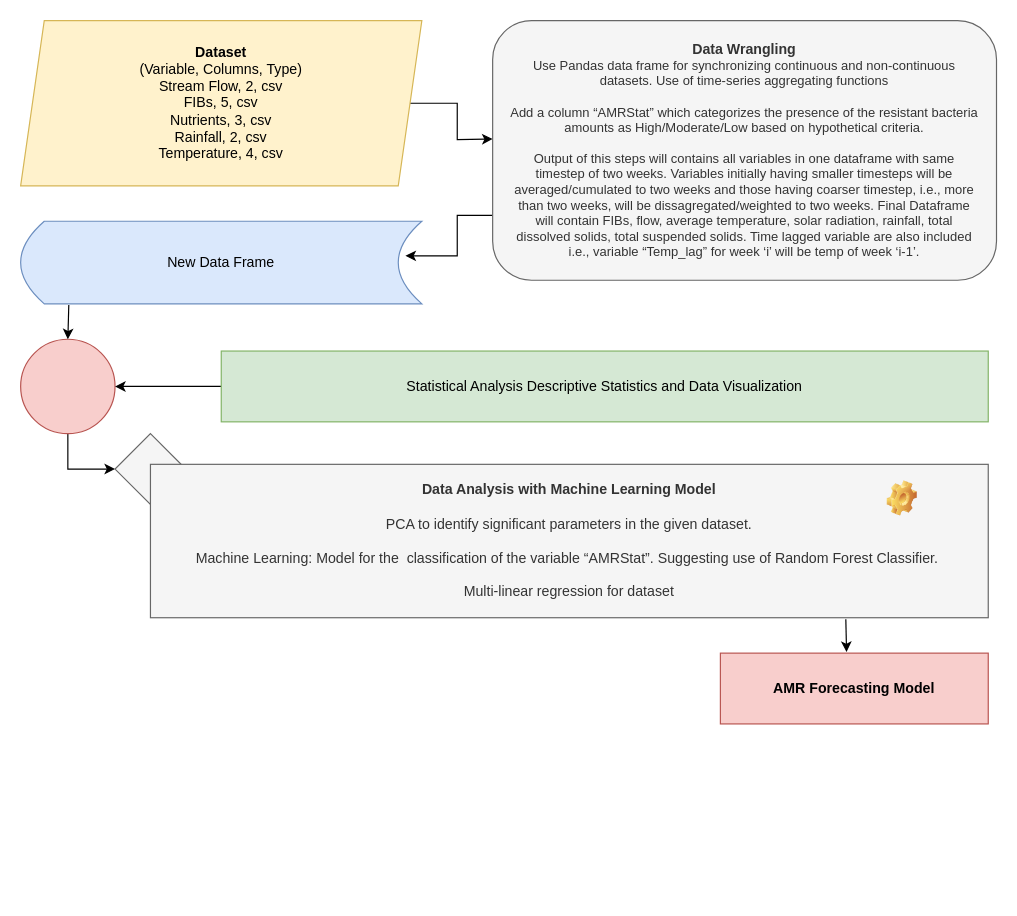
Before: Untitled Diagram.drawio in shbpk/ABE516_TP, a draw.io diagram. Source tidied: cells renumbered, new cells numbered last; positions are measured from the earlier drawing's top-left corner, leaving out a move shared by most shapes. Both pictures are drawn from the tidied source at 118%, with x=0, y=0 at pixel (20, 20).
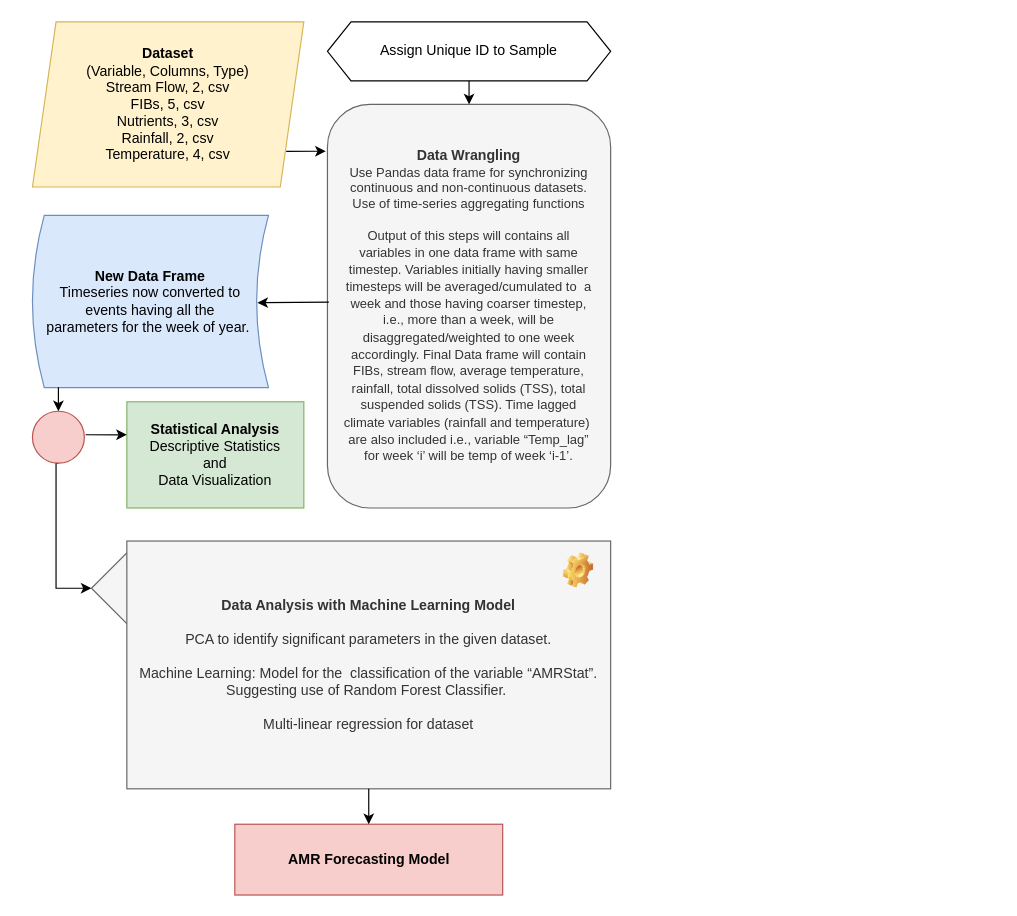
After the change.

What changed in the source:
```diff
@@
-    <mxCell id="2" style="edgeStyle=orthogonalEdgeStyle;rounded=0;jettySize=auto;html=1;exitX=1;exitY=0.5;exitDx=0;exitDy=0;" parent="1" edge="1" source="3">
-      <mxGeometry relative="1" as="geometry">
-        <mxPoint x="400" y="100.3" as="targetPoint" />
-      </mxGeometry>
-    </mxCell>
     <mxCell id="3" value="&lt;div&gt;&lt;b&gt;Dataset&lt;/b&gt;&lt;/div&gt;&lt;div&gt;(Variable, Columns, Type)&lt;/div&gt;&lt;div&gt;Stream Flow, 2, csv&lt;/div&gt;&lt;div&gt;FIBs, 5, csv&lt;/div&gt;&lt;div&gt;Nutrients, 3, csv&lt;/div&gt;&lt;div&gt;Rainfall, 2, csv&lt;/div&gt;&lt;div&gt;Temperature, 4, csv&lt;/div&gt;" style="shape=parallelogram;perimeter=parallelogramPerimeter;whiteSpace=wrap;html=1;fixedSize=1;fillColor=#fff2cc;strokeColor=#d6b656;" parent="1" vertex="1">
-      <mxGeometry width="340" height="140" as="geometry" />
+      <mxGeometry x="10" y="1" width="230" height="140" as="geometry" />
     </mxCell>
-    <mxCell id="4" style="edgeStyle=orthogonalEdgeStyle;rounded=0;jettySize=auto;html=1;exitX=0;exitY=0.75;exitDx=0;exitDy=0;entryX=0.959;entryY=0.419;entryDx=0;entryDy=0;entryPerimeter=0;" parent="1" edge="1" source="5" target="6">
-      <mxGeometry relative="1" as="geometry" />
-    </mxCell>
-    <mxCell id="5" value="&lt;div&gt;&lt;b&gt;Data Wrangling&lt;/b&gt;&lt;/div&gt;&lt;div style=&quot;font-size: 11px;&quot;&gt;&lt;font style=&quot;font-size: 11px;&quot;&gt;Use Pandas data frame for synchronizing continuous and non-continuous datasets. Use of time-series aggregating functions&lt;/font&gt;&lt;/div&gt;&lt;div style=&quot;font-size: 11px;&quot;&gt;&lt;font style=&quot;font-size: 11px;&quot;&gt;&lt;br&gt;&lt;/font&gt;&lt;/div&gt;&lt;div style=&quot;font-size: 11px;&quot;&gt;&lt;font style=&quot;font-size: 11px;&quot;&gt;Add a column “AMRStat” which categorizes the presence of the resistant bacteria amounts as High/Moderate/Low based on hypothetical criteria.&lt;/font&gt;&lt;/div&gt;&lt;div style=&quot;font-size: 11px;&quot;&gt;&lt;font style=&quot;font-size: 11px;&quot;&gt;&lt;br&gt;&lt;/font&gt;&lt;/div&gt;&lt;div style=&quot;font-size: 11px;&quot;&gt;&lt;font style=&quot;font-size: 11px;&quot;&gt;Output of this steps will contains all variables in one dataframe with same timestep of two weeks. Variables initially having smaller timesteps will be averaged/cumulated to two weeks and those having coarser timestep, i.e., more than two weeks, will be dissagregated/weighted to two weeks. Final Dataframe will contain FIBs, flow, average temperature, solar radiation, rainfall, total dissolved solids, total suspended solids. Time lagged variable are also included i.e., variable “Temp_lag” for week ‘i’ will be temp of week ‘i-1’.&lt;/font&gt;&lt;/div&gt;" style="rounded=1;whiteSpace=wrap;html=1;fillColor=#f5f5f5;strokeColor=#666666;fontColor=#333333;spacingLeft=13;spacingRight=13;" parent="1" vertex="1">
-      <mxGeometry x="400" width="427" height="220" as="geometry" />
+    <mxCell id="5" value="&lt;div&gt;&lt;b&gt;Data Wrangling&lt;/b&gt;&lt;/div&gt;&lt;div style=&quot;font-size: 11px;&quot;&gt;&lt;font style=&quot;font-size: 11px;&quot;&gt;Use Pandas data frame for synchronizing continuous and non-continuous datasets. Use of time-series aggregating functions&lt;/font&gt;&lt;/div&gt;&lt;div style=&quot;font-size: 11px;&quot;&gt;&lt;font style=&quot;font-size: 11px;&quot;&gt;&lt;br&gt;&lt;/font&gt;&lt;/div&gt;&lt;div style=&quot;&quot;&gt;&lt;span style=&quot;background-color: initial;&quot;&gt;&lt;span style=&quot;font-size: 11px;&quot;&gt;Output of this steps will contains all variables in one data frame with same timestep. Variables initially having smaller timesteps will be averaged/cumulated to&amp;nbsp; a week and those having coarser timestep, i.e., more than a week, will be disaggregated/weighted to one week accordingly. Final Data frame will contain FIBs, stream flow, average temperature, rainfall, total dissolved solids (TSS), total suspended solids (TSS). Time lagged climate variables (rainfall and temperature)&amp;nbsp; are also included i.e., variable “Temp_lag” for week ‘i’ will be temp of week ‘i-1’.&lt;/span&gt;&lt;/span&gt;&lt;br&gt;&lt;/div&gt;" style="rounded=1;whiteSpace=wrap;html=1;fillColor=#f5f5f5;strokeColor=#666666;fontColor=#333333;spacingLeft=13;spacingRight=13;" parent="1" vertex="1">
+      <mxGeometry x="260" y="71" width="240" height="342" as="geometry" />
     </mxCell>
-    <mxCell id="6" value="New Data Frame" style="shape=dataStorage;whiteSpace=wrap;html=1;fixedSize=1;fillColor=#dae8fc;strokeColor=#6c8ebf;" parent="1" vertex="1">
-      <mxGeometry y="170" width="340" height="70" as="geometry" />
+    <mxCell id="6" value="&lt;b&gt;New Data Frame&lt;br&gt;&lt;/b&gt;Timeseries now converted to&lt;br&gt;events having all the&lt;br&gt;parameters&amp;nbsp;for the week of year.&amp;nbsp;" style="shape=dataStorage;whiteSpace=wrap;html=1;fixedSize=1;fillColor=#dae8fc;strokeColor=#6c8ebf;size=10;" parent="1" vertex="1">
+      <mxGeometry x="10" y="165" width="200" height="146" as="geometry" />
     </mxCell>
     <mxCell id="7" style="edgeStyle=orthogonalEdgeStyle;rounded=0;jettySize=auto;html=1;exitX=0.5;exitY=1;exitDx=0;exitDy=0;entryX=0;entryY=0.5;entryDx=0;entryDy=0;" parent="1" edge="1" source="8" target="11">
       <mxGeometry relative="1" as="geometry">
         <Array as="points">
-          <mxPoint x="40" y="380" />
+          <mxPoint x="30" y="375" />
+          <mxPoint x="30" y="481" />
         </Array>
       </mxGeometry>
     </mxCell>
     <mxCell id="8" style="ellipse;whiteSpace=wrap;html=1;fillColor=#f8cecc;strokeColor=#b85450;" parent="1" vertex="1">
-      <mxGeometry y="270" width="80" height="80" as="geometry" />
+      <mxGeometry x="10" y="331" width="44" height="44" as="geometry" />
     </mxCell>
-    <mxCell id="9" style="edgeStyle=orthogonalEdgeStyle;rounded=0;jettySize=auto;html=1;" parent="1" edge="1" source="10" target="8">
-      <mxGeometry relative="1" as="geometry" />
-    </mxCell>
-    <mxCell id="10" value="&lt;div&gt;Statistical Analysis Descriptive Statistics and Data Visualization&lt;/div&gt;" style="rounded=0;whiteSpace=wrap;html=1;fillColor=#d5e8d4;strokeColor=#82b366;" parent="1" vertex="1">
-      <mxGeometry x="170" y="280" width="650" height="60" as="geometry" />
+    <mxCell id="10" value="&lt;div&gt;&lt;b&gt;Statistical Analysis&lt;/b&gt; Descriptive Statistics&lt;/div&gt;&lt;div&gt;and&lt;/div&gt;&lt;div&gt;Data Visualization&lt;/div&gt;" style="rounded=0;whiteSpace=wrap;html=1;fillColor=#d5e8d4;strokeColor=#82b366;" parent="1" vertex="1">
+      <mxGeometry x="90" y="323" width="150" height="90" as="geometry" />
     </mxCell>
     <mxCell id="11" style="rhombus;whiteSpace=wrap;html=1;fillColor=#f5f5f5;fontColor=#333333;strokeColor=#666666;" parent="1" vertex="1">
-      <mxGeometry x="80" y="350" width="60" height="60" as="geometry" />
+      <mxGeometry x="60" y="451" width="60" height="60" as="geometry" />
     </mxCell>
     <mxCell id="12" value="&lt;div style=&quot;border-color: var(--border-color);&quot;&gt;&lt;b style=&quot;border-color: var(--border-color);&quot;&gt;Data Analysis with Machine Learning Model&lt;/b&gt;&lt;/div&gt;&lt;div style=&quot;border-color: var(--border-color);&quot;&gt;&lt;br style=&quot;border-color: var(--border-color);&quot;&gt;&lt;/div&gt;&lt;div style=&quot;border-color: var(--border-color);&quot;&gt;PCA to identify significant parameters in the given dataset.&lt;/div&gt;&lt;div style=&quot;border-color: var(--border-color);&quot;&gt;&lt;br style=&quot;border-color: var(--border-color);&quot;&gt;&lt;/div&gt;&lt;div style=&quot;border-color: var(--border-color);&quot;&gt;Machine Learning: Model for the&amp;nbsp; classification of the variable “AMRStat”. Suggesting use of Random Forest Classifier.&amp;nbsp;&lt;/div&gt;&lt;div style=&quot;border-color: var(--border-color);&quot;&gt;&lt;br style=&quot;border-color: var(--border-color);&quot;&gt;&lt;/div&gt;&lt;div style=&quot;border-color: var(--border-color);&quot;&gt;Multi-linear regression for dataset&lt;/div&gt;" style="rounded=0;whiteSpace=wrap;html=1;fillColor=#f5f5f5;fontColor=#333333;strokeColor=#666666;" parent="1" vertex="1">
-      <mxGeometry x="110" y="376" width="710" height="130" as="geometry" />
+      <mxGeometry x="90" y="441" width="410" height="210" as="geometry" />
     </mxCell>
     <mxCell id="13" value="&lt;p style=&quot;margin-top: 0pt; margin-bottom: 0pt; margin-left: 0in; direction: ltr; unicode-bidi: embed; word-break: normal;&quot;&gt;&lt;b&gt;AMR Forecasting Model&lt;/b&gt;&lt;/p&gt;" style="rounded=0;whiteSpace=wrap;html=1;fillColor=#f8cecc;strokeColor=#b85450;" parent="1" vertex="1">
-      <mxGeometry x="593" y="536" width="227" height="60" as="geometry" />
+      <mxGeometry x="181.5" y="681" width="227" height="60" as="geometry" />
     </mxCell>
-    <mxCell id="14" style="endArrow=classic;html=1;rounded=0;entryX=0.471;entryY=-0.015;entryDx=0;entryDy=0;exitX=0.83;exitY=1.01;exitDx=0;exitDy=0;exitPerimeter=0;entryPerimeter=0;" parent="1" edge="1" source="12" target="13">
+    <mxCell id="14" style="endArrow=classic;html=1;rounded=0;entryX=0.5;entryY=0;entryDx=0;entryDy=0;exitX=0.5;exitY=1;exitDx=0;exitDy=0;" parent="1" edge="1" source="12" target="13">
       <mxGeometry relative="1" as="geometry" />
     </mxCell>
-    <mxCell id="15" style="endArrow=classic;html=1;rounded=0;entryX=0.5;entryY=0;entryDx=0;entryDy=0;exitX=0.12;exitY=1.013;exitDx=0;exitDy=0;exitPerimeter=0;" parent="1" edge="1" source="6" target="8">
+    <mxCell id="15" style="endArrow=classic;html=1;rounded=0;entryX=0.5;entryY=0;entryDx=0;entryDy=0;exitX=0.11;exitY=0.998;exitDx=0;exitDy=0;exitPerimeter=0;" parent="1" edge="1" source="6" target="8">
       <mxGeometry relative="1" as="geometry" />
     </mxCell>
     <mxCell id="16" style="shape=image;html=1;verticalLabelPosition=bottom;verticalAlign=top;imageAspect=1;image=img/clipart/Gear_128x128.png;" parent="1" vertex="1">
-      <mxGeometry x="734.4" y="390" width="25.6" height="30" as="geometry" />
+      <mxGeometry x="460" y="451" width="25.6" height="30" as="geometry" />
     </mxCell>
+    <mxCell id="17" value="Assign Unique ID to Sample" style="shape=hexagon;perimeter=hexagonPerimeter2;whiteSpace=wrap;html=1;fixedSize=1;" parent="1" vertex="1">
+      <mxGeometry x="260" y="1" width="240" height="50" as="geometry" />
+    </mxCell>
+    <mxCell id="18" style="endArrow=classic;html=1;rounded=0;entryX=0.5;entryY=0;entryDx=0;entryDy=0;" parent="1" edge="1" target="5">
+      <mxGeometry relative="1" as="geometry">
+        <mxPoint x="380" y="51" as="sourcePoint" />
+      </mxGeometry>
+    </mxCell>
+    <mxCell id="4" style="endArrow=classic;html=1;rounded=0;entryX=0.953;entryY=0.507;entryDx=0;entryDy=0;entryPerimeter=0;exitX=0.005;exitY=0.49;exitDx=0;exitDy=0;exitPerimeter=0;" parent="1" edge="1" source="5" target="6">
+      <mxGeometry relative="1" as="geometry" />
+    </mxCell>
+    <mxCell id="19" style="endArrow=classic;html=1;rounded=0;entryX=-0.006;entryY=0.116;entryDx=0;entryDy=0;entryPerimeter=0;exitX=0.935;exitY=0.784;exitDx=0;exitDy=0;exitPerimeter=0;" parent="1" edge="1" source="3" target="5">
+      <mxGeometry relative="1" as="geometry" />
+    </mxCell>
+    <mxCell id="20" style="endArrow=classic;html=1;rounded=0;exitX=1.024;exitY=0.453;exitDx=0;exitDy=0;exitPerimeter=0;" parent="1" edge="1" source="8">
+      <mxGeometry relative="1" as="geometry">
+        <mxPoint x="90" y="351" as="targetPoint" />
+      </mxGeometry>
+    </mxCell>
```
